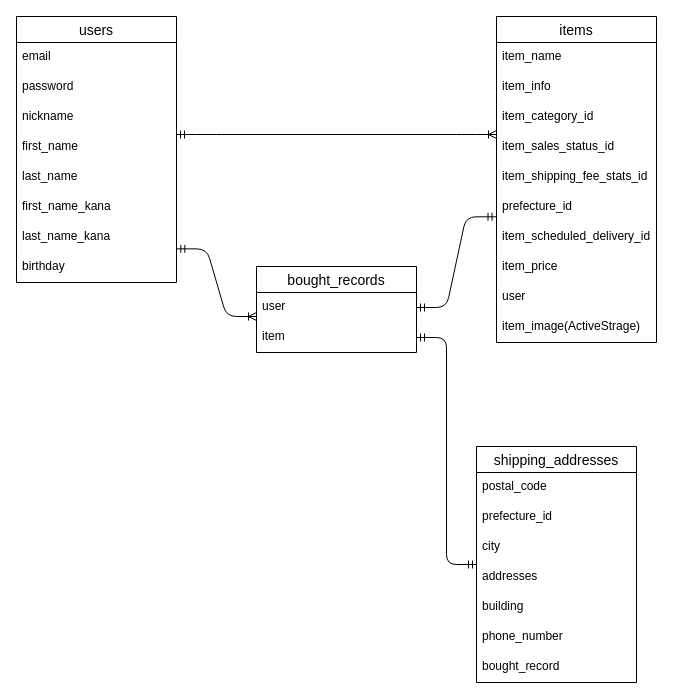
hanyuta/furima-39661 keeps this draw.io diagram as furimaER.dio. Above is the earlier version. Source tidied: cells renumbered, new cells numbered last; positions are measured from the earlier drawing's top-left corner, leaving out a move shared by most shapes. Both pictures are drawn from the tidied source at 100%, with x=0, y=0 at pixel (16, 16).
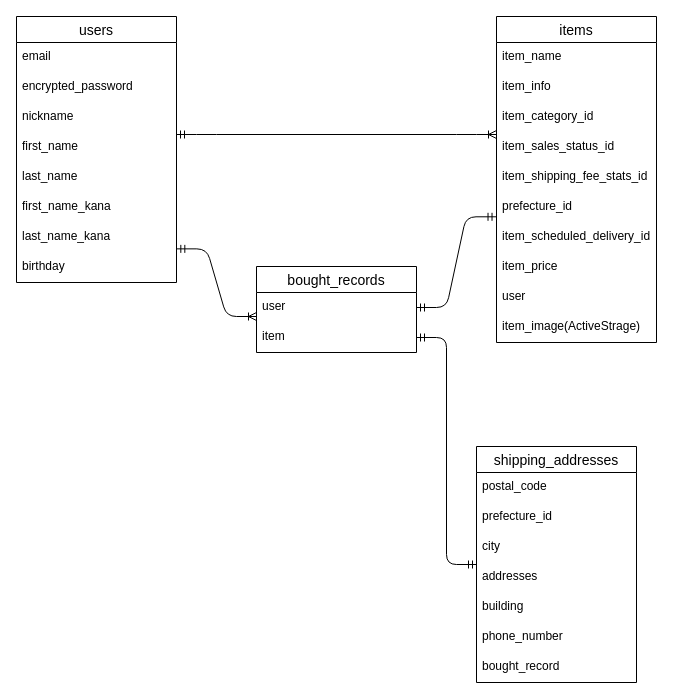
Above is the later version.

Commit message:
ER図修正(password)

The change refers to these unchanged cells:
```xml
<mxCell id="2" value="users" style="swimlane;fontStyle=0;horizontal=1;startSize=26;align=center;fontSize=14;" parent="1" vertex="1">
  <mxGeometry width="160" height="266" as="geometry" />
</mxCell>
```

What changed in the source:
```diff
@@
-    <mxCell id="4" value="password" style="text;strokeColor=none;fillColor=none;spacingLeft=4;spacingRight=4;overflow=hidden;fontSize=12;" parent="2" vertex="1">
+    <mxCell id="4" value="encrypted_password" style="text;strokeColor=none;fillColor=none;spacingLeft=4;spacingRight=4;overflow=hidden;fontSize=12;" parent="2" vertex="1">
       <mxGeometry y="56" width="160" height="30" as="geometry" />
     </mxCell>
```
